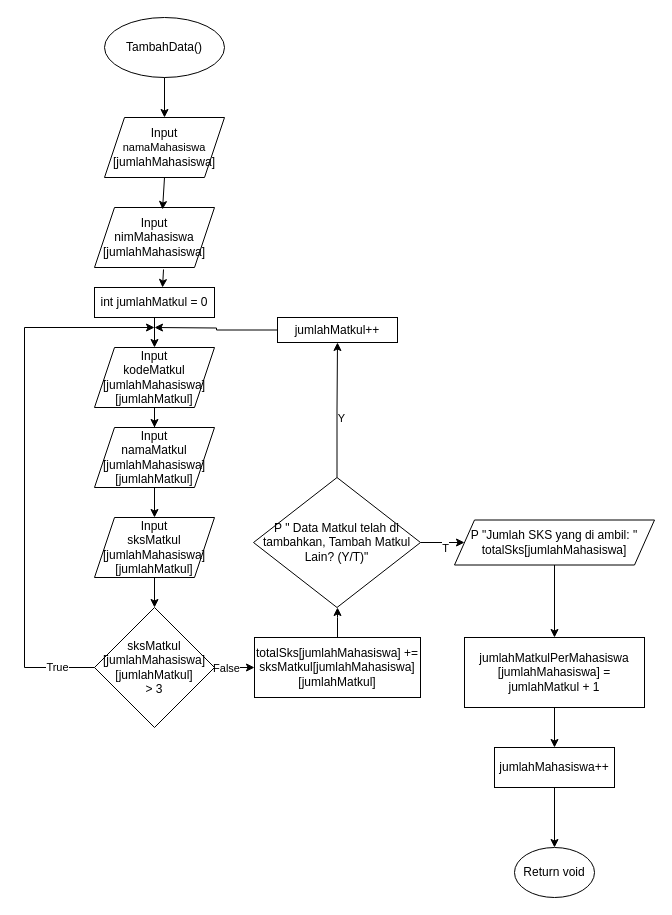
Dzaky-Hadyan/project-besar-daspro keeps this draw.io diagram as page "tambahData()" (2 of 4) of flowchart kelompok 7.drawio. Above is the earlier version. Source tidied: cells renumbered, new cells numbered last; positions are measured from the earlier drawing's top-left corner, leaving out a move shared by most shapes. Both pictures are drawn from the tidied source at 100%, with x=0, y=0 at pixel (24, 17).
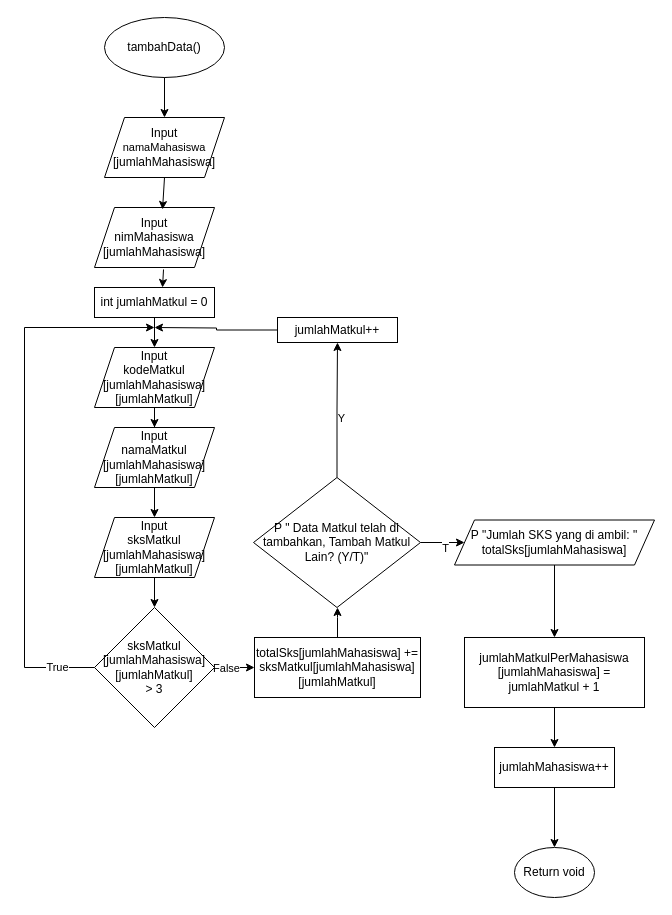
After the change.

Diff of the diagram source:
```diff
@@
-    <mxCell id="2" value="TambahData()" style="ellipse;whiteSpace=wrap;html=1;" parent="1" vertex="1">
+    <mxCell id="2" value="tambahData()" style="ellipse;whiteSpace=wrap;html=1;" parent="1" vertex="1">
       <mxGeometry x="80" width="120" height="60" as="geometry" />
     </mxCell>
```
